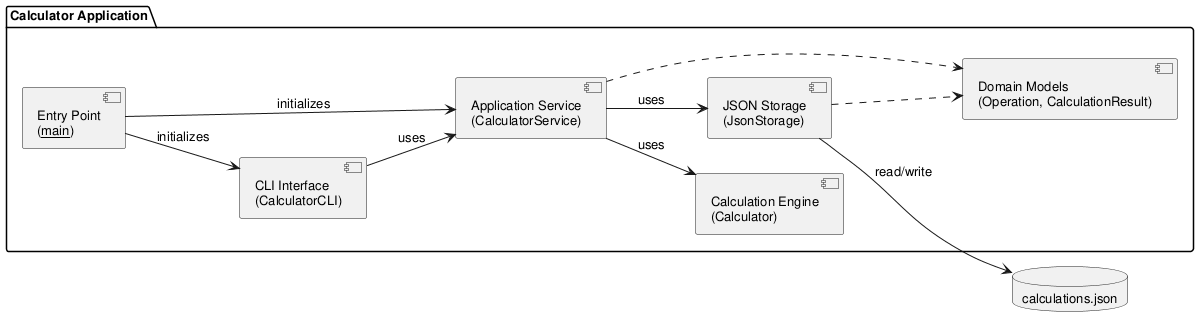
Earlier version of the PlantUML export experiments/supervisor_as_tools/test_driven/calculator/artifacts/component_diagram.png (DanielRiha8906/Software_autoevolution_using_agents). Its diagram source:
```plantuml
@startuml component_diagram

skinparam componentStyle uml2
skinparam defaultFontSize 13
left to right direction

package "Calculator Application" {

    component "Entry Point\n(__main__)" as Main
    component "CLI Interface\n(CalculatorCLI)" as CLI
    component "Application Service\n(CalculatorService)" as Service
    component "Calculation Engine\n(Calculator)" as Calc
    component "JSON Storage\n(JsonStorage)" as Store
    component "Domain Models\n(Operation, CalculationResult)" as Models

    Main --> CLI : initializes
    Main --> Service : initializes

    CLI --> Service : uses
    Service --> Calc : uses
    Service --> Store : uses

    Service ..> Models
    Store ..> Models
}

database "calculations.json" as DB

Store --> DB : read/write

@enduml
```
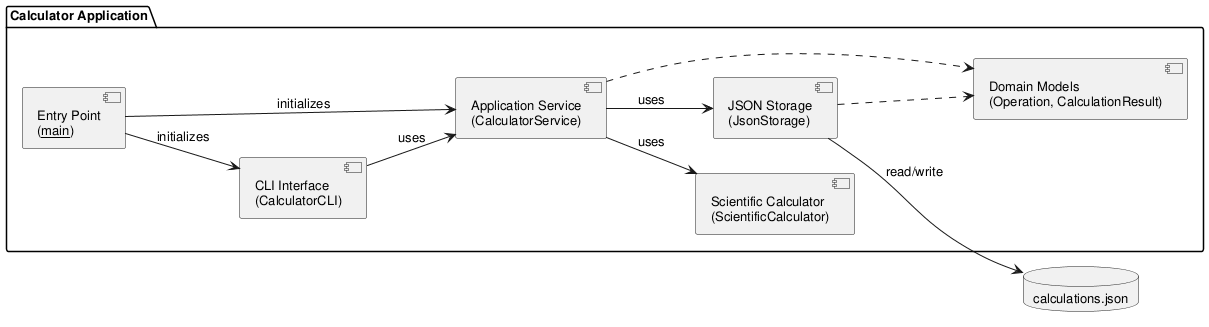
Above is the later version.

What changed in the source:
```diff
@@ -9,7 +9,7 @@
     component "Entry Point\n(__main__)" as Main
     component "CLI Interface\n(CalculatorCLI)" as CLI
     component "Application Service\n(CalculatorService)" as Service
-    component "Calculation Engine\n(Calculator)" as Calc
+    component "Scientific Calculator\n(ScientificCalculator)" as Calc
     component "JSON Storage\n(JsonStorage)" as Store
     component "Domain Models\n(Operation, CalculationResult)" as Models
 
```
